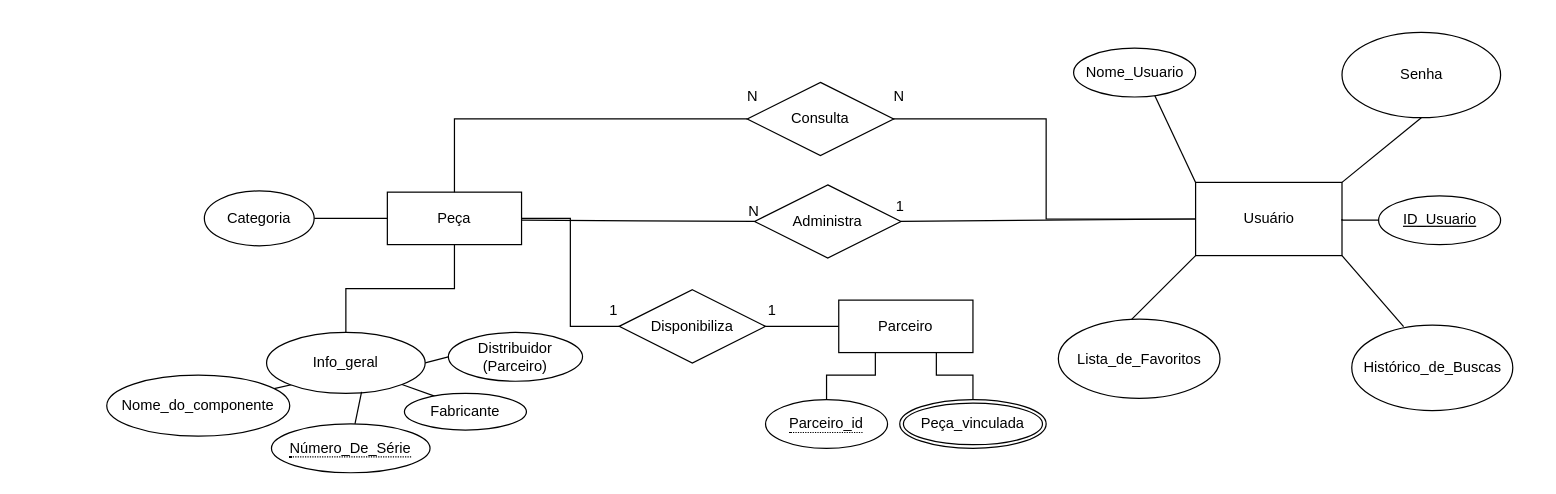
Above: Diagramas/final.drawio in Mateus-Fernandes-Barbosa/EngenhariaDeSoftware (draw.io), before the change. Source tidied: cells renumbered, new cells numbered last; positions are measured from the earlier drawing's top-left corner, leaving out a move shared by most shapes. Both pictures are drawn from the tidied source at 122%, with x=0, y=0 at pixel (106, 32).
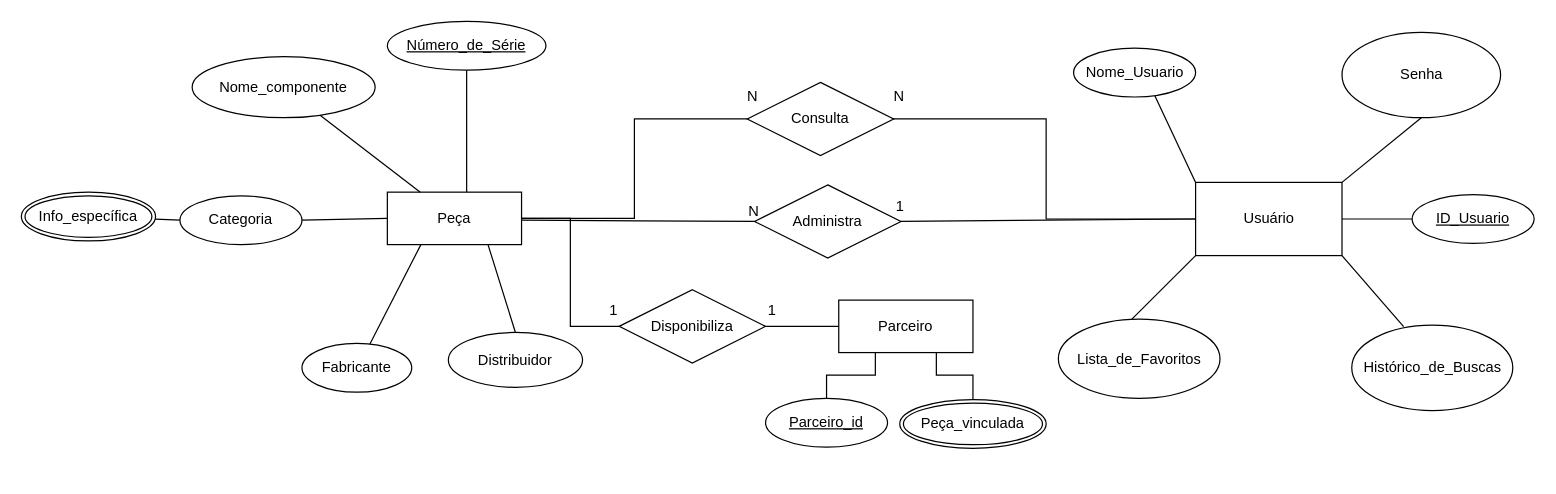
The same diagram, later.

The change refers to these unchanged cells:
```xml
<mxCell id="15" value="Peça" style="whiteSpace=wrap;html=1;align=center;" parent="1" vertex="1">
  <mxGeometry x="230" y="131" width="110" height="43" as="geometry" />
</mxCell>
<mxCell id="37" value="Consulta" style="shape=rhombus;perimeter=rhombusPerimeter;whiteSpace=wrap;html=1;align=center;" parent="1" vertex="1">
  <mxGeometry x="525" y="41" width="120" height="60" as="geometry" />
</mxCell>
<mxCell id="45" value="Parceiro" style="whiteSpace=wrap;html=1;align=center;" parent="1" vertex="1">
  <mxGeometry x="600" y="219.5" width="110" height="43" as="geometry" />
</mxCell>
```

What changed in the source:
```diff
@@
-    <mxCell id="16" style="rounded=0;jettySize=auto;html=1;entryX=0.254;entryY=0.8;entryDx=0;entryDy=0;entryPerimeter=0;endArrow=none;endFill=0;" parent="1" edge="1" source="17" target="20">
+    <mxCell id="16" style="rounded=0;jettySize=auto;html=1;endArrow=none;endFill=0;" parent="1" edge="1" source="17" target="15">
       <mxGeometry relative="1" as="geometry" />
     </mxCell>
-    <mxCell id="17" value="Nome_do_componente" style="ellipse;whiteSpace=wrap;html=1;align=center;" parent="1" vertex="1">
-      <mxGeometry y="281" width="150" height="50" as="geometry" />
+    <mxCell id="17" value="Nome_componente" style="ellipse;whiteSpace=wrap;html=1;align=center;" parent="1" vertex="1">
+      <mxGeometry x="70" y="20" width="150" height="50" as="geometry" />
     </mxCell>
-    <mxCell id="18" style="edgeStyle=orthogonalEdgeStyle;rounded=0;jettySize=auto;html=1;exitX=0.5;exitY=0;exitDx=0;exitDy=0;entryX=0.5;entryY=1;entryDx=0;entryDy=0;endArrow=none;endFill=0;" parent="1" edge="1" source="20" target="15">
-      <mxGeometry relative="1" as="geometry" />
-    </mxCell>
-    <mxCell id="19" style="rounded=0;jettySize=auto;html=1;exitX=1;exitY=0.5;exitDx=0;exitDy=0;entryX=0;entryY=0.5;entryDx=0;entryDy=0;endArrow=none;endFill=0;" parent="1" edge="1" source="20" target="30">
+    <mxCell id="19" style="rounded=0;jettySize=auto;html=1;exitX=0.75;exitY=1;exitDx=0;exitDy=0;entryX=0.5;entryY=0;entryDx=0;entryDy=0;endArrow=none;endFill=0;" parent="1" edge="1" source="15" target="30">
       <mxGeometry relative="1" as="geometry" />
     </mxCell>
-    <mxCell id="20" value="Info_geral" style="ellipse;whiteSpace=wrap;html=1;align=center;" parent="1" vertex="1">
-      <mxGeometry x="131" y="246" width="130" height="50" as="geometry" />
-    </mxCell>
-    <mxCell id="21" style="rounded=0;jettySize=auto;html=1;entryX=0.599;entryY=0.974;entryDx=0;entryDy=0;endArrow=none;endFill=0;entryPerimeter=0;" parent="1" edge="1" source="22" target="20">
+    <mxCell id="21" style="rounded=0;jettySize=auto;html=1;endArrow=none;endFill=0;entryX=0.591;entryY=0;entryDx=0;entryDy=0;entryPerimeter=0;" parent="1" edge="1" source="47" target="15">
       <mxGeometry relative="1" as="geometry" />
     </mxCell>
-    <mxCell id="22" value="&lt;span style=&quot;border-bottom: 1px dotted&quot;&gt;Número_De_Série&lt;/span&gt;" style="ellipse;whiteSpace=wrap;html=1;align=center;" parent="1" vertex="1">
-      <mxGeometry x="135" y="321" width="130" height="40" as="geometry" />
-    </mxCell>
-    <mxCell id="23" style="rounded=0;jettySize=auto;html=1;exitX=0.27;exitY=0.1;exitDx=0;exitDy=0;entryX=1;entryY=1;entryDx=0;entryDy=0;endArrow=none;endFill=0;exitPerimeter=0;" parent="1" edge="1" source="24" target="20">
+    <mxCell id="23" style="rounded=0;jettySize=auto;html=1;exitX=0.605;exitY=0.075;exitDx=0;exitDy=0;entryX=0.25;entryY=1;entryDx=0;entryDy=0;endArrow=none;endFill=0;exitPerimeter=0;" parent="1" edge="1" source="24" target="15">
       <mxGeometry relative="1" as="geometry" />
     </mxCell>
     <mxCell id="24" value="Fabricante" style="ellipse;whiteSpace=wrap;html=1;align=center;" parent="1" vertex="1">
-      <mxGeometry x="244" y="296" width="100" height="30" as="geometry" />
+      <mxGeometry x="160" y="255" width="90" height="40" as="geometry" />
     </mxCell>
@@
-    <mxCell id="30" value="Distribuidor &lt;br&gt;(Parceiro)" style="ellipse;whiteSpace=wrap;html=1;align=center;" parent="1" vertex="1">
-      <mxGeometry x="280" y="246" width="110" height="40" as="geometry" />
+    <mxCell id="30" value="Distribuidor" style="ellipse;whiteSpace=wrap;html=1;align=center;" parent="1" vertex="1">
+      <mxGeometry x="280" y="246" width="110" height="45" as="geometry" />
     </mxCell>
-    <mxCell id="31" style="edgeStyle=orthogonalEdgeStyle;rounded=0;jettySize=auto;html=1;exitX=0.5;exitY=0;exitDx=0;exitDy=0;endArrow=none;endFill=0;entryX=0.346;entryY=0.995;entryDx=0;entryDy=0;entryPerimeter=0;" parent="1" edge="1" source="32" target="45">
+    <mxCell id="31" style="edgeStyle=orthogonalEdgeStyle;rounded=0;jettySize=auto;html=1;exitX=0.5;exitY=0;exitDx=0;exitDy=0;endArrow=none;endFill=0;entryX=0.346;entryY=0.995;entryDx=0;entryDy=0;entryPerimeter=0;" parent="1" edge="1" target="45">
       <mxGeometry relative="1" as="geometry">
+        <mxPoint x="590" y="301" as="sourcePoint" />
         <Array as="points">
           <mxPoint x="590" y="281" />
           <mxPoint x="630" y="281" />
           <mxPoint x="630" y="262" />
         </Array>
       </mxGeometry>
     </mxCell>
-    <mxCell id="32" value="&lt;span style=&quot;border-bottom: 1px dotted&quot;&gt;Parceiro_id&lt;/span&gt;" style="ellipse;whiteSpace=wrap;html=1;align=center;" parent="1" vertex="1">
-      <mxGeometry x="540" y="301" width="100" height="40" as="geometry" />
-    </mxCell>
@@
-    <mxCell id="36" style="edgeStyle=orthogonalEdgeStyle;rounded=0;jettySize=auto;html=1;exitX=0;exitY=0.5;exitDx=0;exitDy=0;endArrow=none;endFill=0;" parent="1" edge="1" source="37" target="15">
+    <mxCell id="36" style="edgeStyle=orthogonalEdgeStyle;rounded=0;jettySize=auto;html=1;exitX=0;exitY=0.5;exitDx=0;exitDy=0;endArrow=none;endFill=0;entryX=1;entryY=0.5;entryDx=0;entryDy=0;" parent="1" edge="1" source="37" target="15">
       <mxGeometry relative="1" as="geometry" />
     </mxCell>
@@
-    <mxCell id="40" style="rounded=0;jettySize=auto;html=1;exitX=1;exitY=0.5;exitDx=0;exitDy=0;entryX=0;entryY=0.5;entryDx=0;entryDy=0;endArrow=none;endFill=0;" parent="1" edge="1" source="41" target="15">
-      <mxGeometry relative="1" as="geometry" />
-    </mxCell>
-    <mxCell id="41" value="Categoria" style="ellipse;whiteSpace=wrap;html=1;align=center;" parent="1" vertex="1">
-      <mxGeometry x="80" y="130" width="90" height="45" as="geometry" />
-    </mxCell>
@@
     <mxCell id="44" value="ID_Usuario" style="ellipse;whiteSpace=wrap;html=1;align=center;fontStyle=4;" parent="1" vertex="1">
-      <mxGeometry x="1042.5" y="134" width="100" height="40" as="geometry" />
+      <mxGeometry x="1070" y="133" width="100" height="40" as="geometry" />
     </mxCell>
@@
+    <mxCell id="40" style="rounded=0;jettySize=auto;html=1;exitX=1;exitY=0.5;exitDx=0;exitDy=0;entryX=0;entryY=0.5;entryDx=0;entryDy=0;endArrow=none;endFill=0;" parent="1" edge="1" source="41" target="15">
+      <mxGeometry relative="1" as="geometry" />
+    </mxCell>
+    <mxCell id="46" style="rounded=0;jettySize=auto;html=1;exitX=0;exitY=0.5;exitDx=0;exitDy=0;endArrow=none;endFill=0;" parent="1" edge="1" source="41" target="48">
+      <mxGeometry relative="1" as="geometry" />
+    </mxCell>
+    <mxCell id="41" value="Categoria" style="ellipse;whiteSpace=wrap;html=1;align=center;" parent="1" vertex="1">
+      <mxGeometry x="60" y="134" width="100" height="40" as="geometry" />
+    </mxCell>
+    <mxCell id="32" value="Parceiro_id" style="ellipse;whiteSpace=wrap;html=1;align=center;fontStyle=4;" parent="1" vertex="1">
+      <mxGeometry x="540" y="300" width="100" height="40" as="geometry" />
+    </mxCell>
+    <mxCell id="47" value="Número_de_Série" style="ellipse;whiteSpace=wrap;html=1;align=center;fontStyle=4;" parent="1" vertex="1">
+      <mxGeometry x="230" y="-9" width="130" height="40" as="geometry" />
+    </mxCell>
+    <mxCell id="48" value="Info_específica" style="ellipse;shape=doubleEllipse;margin=3;whiteSpace=wrap;html=1;align=center;" parent="1" vertex="1">
+      <mxGeometry x="-70" y="131" width="110" height="40" as="geometry" />
+    </mxCell>
```
